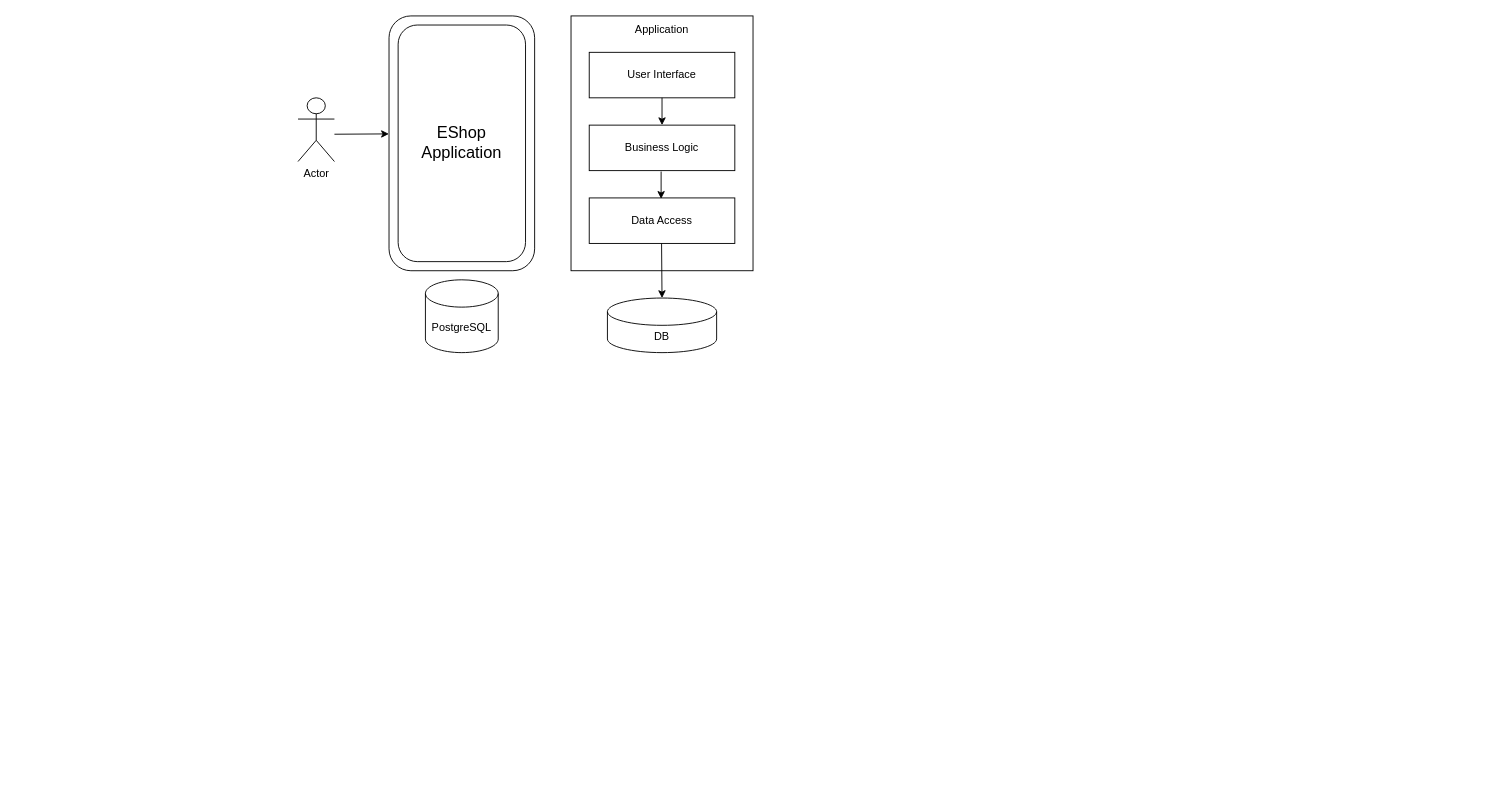
Above: Microservices.drawio in tyk1hc/drawio (draw.io), before the change. Source tidied: cells renumbered, new cells numbered last; positions are measured from the earlier drawing's top-left corner, leaving out a move shared by most shapes. Both pictures are drawn from the tidied source at 91%, with x=0, y=0 at pixel (298, 15).
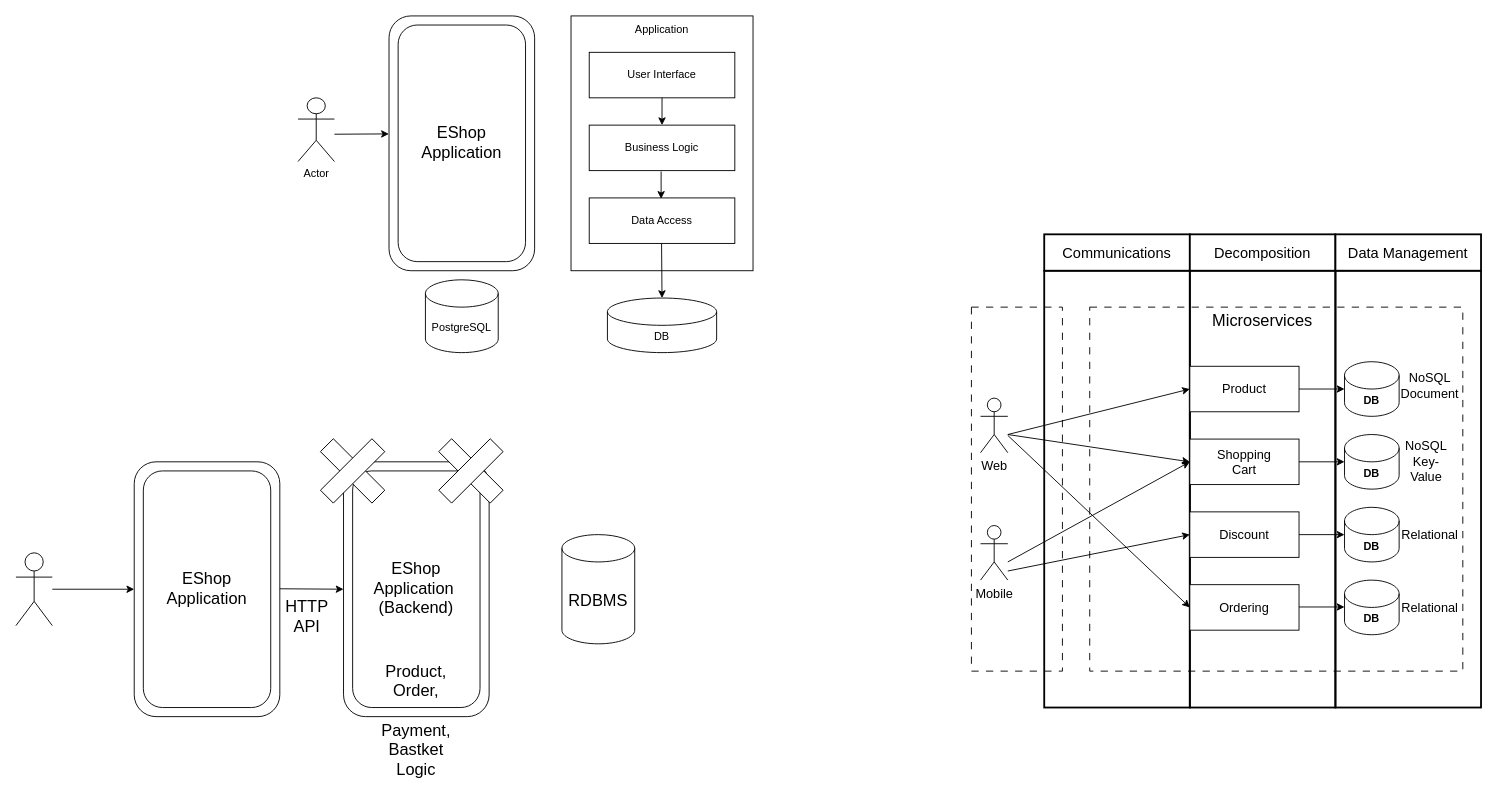
The same diagram, later.

Diff of the diagram source:
```diff
@@
+    <mxCell id="16" style="rounded=1;whiteSpace=wrap;html=1;" parent="1" vertex="1">
+      <mxGeometry x="-180" y="490" width="160" height="280" as="geometry" />
+    </mxCell>
+    <mxCell id="17" value="&lt;div&gt;&lt;font style=&quot;font-size: 18px;&quot;&gt;EShop&lt;/font&gt;&lt;/div&gt;&lt;div&gt;&lt;font style=&quot;font-size: 18px;&quot;&gt;Application&lt;/font&gt;&lt;/div&gt;" style="rounded=1;whiteSpace=wrap;html=1;" parent="1" vertex="1">
+      <mxGeometry x="-170" y="500" width="140" height="260" as="geometry" />
+    </mxCell>
+    <mxCell id="18" style="rounded=1;whiteSpace=wrap;html=1;" parent="1" vertex="1">
+      <mxGeometry x="50" y="490" width="160" height="280" as="geometry" />
+    </mxCell>
+    <mxCell id="19" value="&lt;font style=&quot;font-size: 18px;&quot;&gt;EShop&lt;br&gt;Application&amp;nbsp;&lt;br&gt;(Backend)&lt;/font&gt;" style="rounded=1;whiteSpace=wrap;html=1;" parent="1" vertex="1">
+      <mxGeometry x="60" y="500" width="140" height="260" as="geometry" />
+    </mxCell>
+    <mxCell id="20" value="&lt;font style=&quot;font-size: 18px;&quot;&gt;RDBMS&lt;/font&gt;" style="shape=cylinder3;whiteSpace=wrap;html=1;boundedLbl=1;backgroundOutline=1;size=15;" parent="1" vertex="1">
+      <mxGeometry x="290" y="570" width="80" height="120" as="geometry" />
+    </mxCell>
+    <mxCell id="21" style="rounded=0;whiteSpace=wrap;html=1;rotation=45;" parent="1" vertex="1">
+      <mxGeometry x="150" y="490" width="80" height="20" as="geometry" />
+    </mxCell>
+    <mxCell id="22" style="rounded=0;whiteSpace=wrap;html=1;rotation=-45;" parent="1" vertex="1">
+      <mxGeometry x="150" y="490" width="80" height="20" as="geometry" />
+    </mxCell>
+    <mxCell id="23" style="rounded=0;whiteSpace=wrap;html=1;rotation=45;" parent="1" vertex="1">
+      <mxGeometry x="20" y="490" width="80" height="20" as="geometry" />
+    </mxCell>
+    <mxCell id="24" style="rounded=0;whiteSpace=wrap;html=1;rotation=-45;" parent="1" vertex="1">
+      <mxGeometry x="20" y="490" width="80" height="20" as="geometry" />
+    </mxCell>
+    <mxCell id="25" value="&lt;div&gt;Product,&lt;/div&gt;&lt;div&gt;Order,&lt;/div&gt;&lt;div&gt;&lt;br&gt;&lt;/div&gt;&lt;div&gt;Payment,&lt;br&gt;Bastket Logic&lt;/div&gt;" style="text;html=1;whiteSpace=wrap;strokeColor=none;fillColor=none;align=center;verticalAlign=middle;rounded=0;fontSize=18;" parent="1" vertex="1">
+      <mxGeometry x="80" y="720" width="100" height="110" as="geometry" />
+    </mxCell>
+    <mxCell id="26" style="shape=umlActor;verticalLabelPosition=bottom;verticalAlign=top;html=1;outlineConnect=0;" parent="1" vertex="1">
+      <mxGeometry x="-310" y="590" width="40" height="80" as="geometry" />
+    </mxCell>
+    <mxCell id="27" style="endArrow=classic;html=1;rounded=0;entryX=0;entryY=0.5;entryDx=0;entryDy=0;fontSize=14;" parent="1" edge="1" source="26" target="16">
+      <mxGeometry relative="1" as="geometry" />
+    </mxCell>
+    <mxCell id="28" style="endArrow=classic;html=1;rounded=0;fontSize=14;" parent="1" edge="1">
+      <mxGeometry relative="1" as="geometry">
+        <mxPoint x="-20" y="629.5" as="sourcePoint" />
+        <mxPoint x="50" y="630" as="targetPoint" />
+      </mxGeometry>
+    </mxCell>
+    <mxCell id="29" value="&lt;font style=&quot;font-size: 18px;&quot;&gt;HTTP&lt;br&gt;API&lt;/font&gt;" style="text;html=1;whiteSpace=wrap;strokeColor=none;fillColor=none;align=center;verticalAlign=middle;rounded=0;" parent="1" vertex="1">
+      <mxGeometry x="-20" y="645" width="60" height="30" as="geometry" />
+    </mxCell>
+    <mxCell id="30" style="rounded=0;whiteSpace=wrap;html=1;strokeWidth=2;fillColor=none;" parent="1" vertex="1">
+      <mxGeometry x="820" y="280" width="160" height="480" as="geometry" />
+    </mxCell>
+    <mxCell id="31" style="rounded=0;whiteSpace=wrap;html=1;strokeWidth=2;fillColor=none;" parent="1" vertex="1">
+      <mxGeometry x="980" y="280" width="160" height="480" as="geometry" />
+    </mxCell>
+    <mxCell id="32" style="rounded=0;whiteSpace=wrap;html=1;strokeWidth=2;fillColor=none;" parent="1" vertex="1">
+      <mxGeometry x="1140" y="280" width="160" height="480" as="geometry" />
+    </mxCell>
+    <mxCell id="33" value="&lt;font style=&quot;font-size: 16px;&quot;&gt;Communications&lt;/font&gt;" style="rounded=0;whiteSpace=wrap;html=1;strokeWidth=2;" parent="1" vertex="1">
+      <mxGeometry x="820" y="240" width="160" height="40" as="geometry" />
+    </mxCell>
+    <mxCell id="34" value="&lt;font style=&quot;font-size: 16px;&quot;&gt;Decomposition&lt;/font&gt;" style="rounded=0;whiteSpace=wrap;html=1;strokeWidth=2;" parent="1" vertex="1">
+      <mxGeometry x="980" y="240" width="160" height="40" as="geometry" />
+    </mxCell>
+    <mxCell id="35" value="&lt;font style=&quot;font-size: 16px;&quot;&gt;Data Management&lt;/font&gt;" style="rounded=0;whiteSpace=wrap;html=1;strokeWidth=2;" parent="1" vertex="1">
+      <mxGeometry x="1140" y="240" width="160" height="40" as="geometry" />
+    </mxCell>
+    <mxCell id="36" style="rounded=0;whiteSpace=wrap;html=1;fillColor=none;dashed=1;dashPattern=8 8;" parent="1" vertex="1">
+      <mxGeometry x="740" y="320" width="100" height="400" as="geometry" />
+    </mxCell>
+    <mxCell id="37" value="&lt;font style=&quot;font-size: 14px;&quot;&gt;Web&lt;/font&gt;" style="shape=umlActor;verticalLabelPosition=bottom;verticalAlign=top;html=1;" parent="1" vertex="1">
+      <mxGeometry x="750" y="420" width="30" height="60" as="geometry" />
+    </mxCell>
+    <mxCell id="38" value="&lt;font style=&quot;font-size: 14px;&quot;&gt;Mobile&lt;/font&gt;" style="shape=umlActor;verticalLabelPosition=bottom;verticalAlign=top;html=1;" parent="1" vertex="1">
+      <mxGeometry x="750" y="560" width="30" height="60" as="geometry" />
+    </mxCell>
+    <mxCell id="39" style="rounded=0;whiteSpace=wrap;html=1;fillColor=none;dashed=1;dashPattern=8 8;strokeWidth=1;" parent="1" vertex="1">
+      <mxGeometry x="870" y="320" width="410" height="400" as="geometry" />
+    </mxCell>
+    <mxCell id="40" value="&lt;font style=&quot;font-size: 18px;&quot;&gt;Microservices&lt;/font&gt;" style="text;html=1;whiteSpace=wrap;strokeColor=none;fillColor=none;align=center;verticalAlign=middle;rounded=0;" parent="1" vertex="1">
+      <mxGeometry x="980" y="320" width="160" height="30" as="geometry" />
+    </mxCell>
+    <mxCell id="41" value="&lt;font style=&quot;font-size: 14px;&quot;&gt;Product&lt;/font&gt;" style="rounded=0;whiteSpace=wrap;html=1;" parent="1" vertex="1">
+      <mxGeometry x="980" y="385" width="120" height="50" as="geometry" />
+    </mxCell>
+    <mxCell id="42" value="&lt;div&gt;&lt;font style=&quot;font-size: 14px;&quot;&gt;Shopping&lt;/font&gt;&lt;/div&gt;&lt;div&gt;&lt;font style=&quot;font-size: 14px;&quot;&gt;Cart&lt;/font&gt;&lt;/div&gt;" style="rounded=0;whiteSpace=wrap;html=1;" parent="1" vertex="1">
+      <mxGeometry x="980" y="465" width="120" height="50" as="geometry" />
+    </mxCell>
+    <mxCell id="43" value="&lt;font style=&quot;font-size: 14px;&quot;&gt;Discount&lt;/font&gt;" style="rounded=0;whiteSpace=wrap;html=1;" parent="1" vertex="1">
+      <mxGeometry x="980" y="545" width="120" height="50" as="geometry" />
+    </mxCell>
+    <mxCell id="44" value="&lt;font style=&quot;font-size: 14px;&quot;&gt;Ordering&lt;/font&gt;" style="rounded=0;whiteSpace=wrap;html=1;" parent="1" vertex="1">
+      <mxGeometry x="980" y="625" width="120" height="50" as="geometry" />
+    </mxCell>
+    <mxCell id="45" value="&lt;b&gt;DB&lt;/b&gt;" style="shape=cylinder3;whiteSpace=wrap;html=1;boundedLbl=1;backgroundOutline=1;size=15;" parent="1" vertex="1">
+      <mxGeometry x="1150" y="380" width="60" height="60" as="geometry" />
+    </mxCell>
+    <mxCell id="46" value="&lt;b&gt;DB&lt;/b&gt;" style="shape=cylinder3;whiteSpace=wrap;html=1;boundedLbl=1;backgroundOutline=1;size=15;" parent="1" vertex="1">
+      <mxGeometry x="1150" y="460" width="60" height="60" as="geometry" />
+    </mxCell>
+    <mxCell id="47" value="&lt;b&gt;DB&lt;/b&gt;" style="shape=cylinder3;whiteSpace=wrap;html=1;boundedLbl=1;backgroundOutline=1;size=15;" parent="1" vertex="1">
+      <mxGeometry x="1150" y="540" width="60" height="60" as="geometry" />
+    </mxCell>
+    <mxCell id="48" value="&lt;b&gt;DB&lt;/b&gt;" style="shape=cylinder3;whiteSpace=wrap;html=1;boundedLbl=1;backgroundOutline=1;size=15;" parent="1" vertex="1">
+      <mxGeometry x="1150" y="620" width="60" height="60" as="geometry" />
+    </mxCell>
+    <mxCell id="49" value="&lt;div&gt;&lt;font style=&quot;font-size: 14px;&quot;&gt;NoSQL&lt;/font&gt;&lt;/div&gt;&lt;div&gt;&lt;font style=&quot;font-size: 14px;&quot;&gt;Document&lt;/font&gt;&lt;/div&gt;" style="text;html=1;whiteSpace=wrap;strokeColor=none;fillColor=none;align=center;verticalAlign=middle;rounded=0;" parent="1" vertex="1">
+      <mxGeometry x="1214" y="391" width="60" height="30" as="geometry" />
+    </mxCell>
+    <mxCell id="50" value="&lt;div&gt;&lt;font style=&quot;font-size: 14px;&quot;&gt;NoSQL&lt;/font&gt;&lt;/div&gt;&lt;div&gt;&lt;font style=&quot;font-size: 14px;&quot;&gt;Key-Value&lt;/font&gt;&lt;/div&gt;" style="text;html=1;whiteSpace=wrap;strokeColor=none;fillColor=none;align=center;verticalAlign=middle;rounded=0;" parent="1" vertex="1">
+      <mxGeometry x="1210" y="475" width="60" height="30" as="geometry" />
+    </mxCell>
+    <mxCell id="51" value="&lt;font style=&quot;font-size: 14px;&quot;&gt;Relational&lt;/font&gt;" style="text;html=1;whiteSpace=wrap;strokeColor=none;fillColor=none;align=center;verticalAlign=middle;rounded=0;" parent="1" vertex="1">
+      <mxGeometry x="1214" y="555" width="60" height="30" as="geometry" />
+    </mxCell>
+    <mxCell id="52" value="&lt;font style=&quot;font-size: 14px;&quot;&gt;Relational&lt;/font&gt;" style="text;html=1;whiteSpace=wrap;strokeColor=none;fillColor=none;align=center;verticalAlign=middle;rounded=0;" parent="1" vertex="1">
+      <mxGeometry x="1214" y="635" width="60" height="30" as="geometry" />
+    </mxCell>
+    <mxCell id="53" style="endArrow=classic;html=1;rounded=0;entryX=0;entryY=0.5;entryDx=0;entryDy=0;" parent="1" edge="1" target="41">
+      <mxGeometry relative="1" as="geometry">
+        <mxPoint x="780" y="460" as="sourcePoint" />
+      </mxGeometry>
+    </mxCell>
+    <mxCell id="54" style="endArrow=classic;html=1;rounded=0;entryX=0;entryY=0.5;entryDx=0;entryDy=0;" parent="1" edge="1" target="42">
+      <mxGeometry relative="1" as="geometry">
+        <mxPoint x="780" y="460" as="sourcePoint" />
+      </mxGeometry>
+    </mxCell>
+    <mxCell id="55" style="endArrow=classic;html=1;rounded=0;entryX=0;entryY=0.5;entryDx=0;entryDy=0;" parent="1" edge="1" target="42">
+      <mxGeometry relative="1" as="geometry">
+        <mxPoint x="780" y="600" as="sourcePoint" />
+      </mxGeometry>
+    </mxCell>
+    <mxCell id="56" style="endArrow=classic;html=1;rounded=0;entryX=0;entryY=0.5;entryDx=0;entryDy=0;" parent="1" edge="1" target="43">
+      <mxGeometry relative="1" as="geometry">
+        <mxPoint x="780" y="610" as="sourcePoint" />
+      </mxGeometry>
+    </mxCell>
+    <mxCell id="57" style="endArrow=classic;html=1;rounded=0;entryX=0;entryY=0.5;entryDx=0;entryDy=0;" parent="1" edge="1" target="44">
+      <mxGeometry relative="1" as="geometry">
+        <mxPoint x="780" y="461" as="sourcePoint" />
+      </mxGeometry>
+    </mxCell>
+    <mxCell id="58" style="endArrow=classic;html=1;rounded=0;entryX=0;entryY=0.5;entryDx=0;entryDy=0;entryPerimeter=0;" parent="1" edge="1" target="45">
+      <mxGeometry relative="1" as="geometry">
+        <mxPoint x="1100" y="410" as="sourcePoint" />
+      </mxGeometry>
+    </mxCell>
+    <mxCell id="59" style="endArrow=classic;html=1;rounded=0;entryX=0;entryY=0.5;entryDx=0;entryDy=0;entryPerimeter=0;" parent="1" edge="1">
+      <mxGeometry relative="1" as="geometry">
+        <mxPoint x="1100" y="490" as="sourcePoint" />
+        <mxPoint x="1150" y="490" as="targetPoint" />
+      </mxGeometry>
+    </mxCell>
+    <mxCell id="60" style="endArrow=classic;html=1;rounded=0;entryX=0;entryY=0.5;entryDx=0;entryDy=0;entryPerimeter=0;" parent="1" edge="1">
+      <mxGeometry relative="1" as="geometry">
+        <mxPoint x="1100" y="570" as="sourcePoint" />
+        <mxPoint x="1150" y="570" as="targetPoint" />
+      </mxGeometry>
+    </mxCell>
+    <mxCell id="61" style="endArrow=classic;html=1;rounded=0;entryX=0;entryY=0.5;entryDx=0;entryDy=0;entryPerimeter=0;" parent="1" edge="1">
+      <mxGeometry relative="1" as="geometry">
+        <mxPoint x="1100" y="649.5" as="sourcePoint" />
+        <mxPoint x="1150" y="649.5" as="targetPoint" />
+      </mxGeometry>
+    </mxCell>
```
